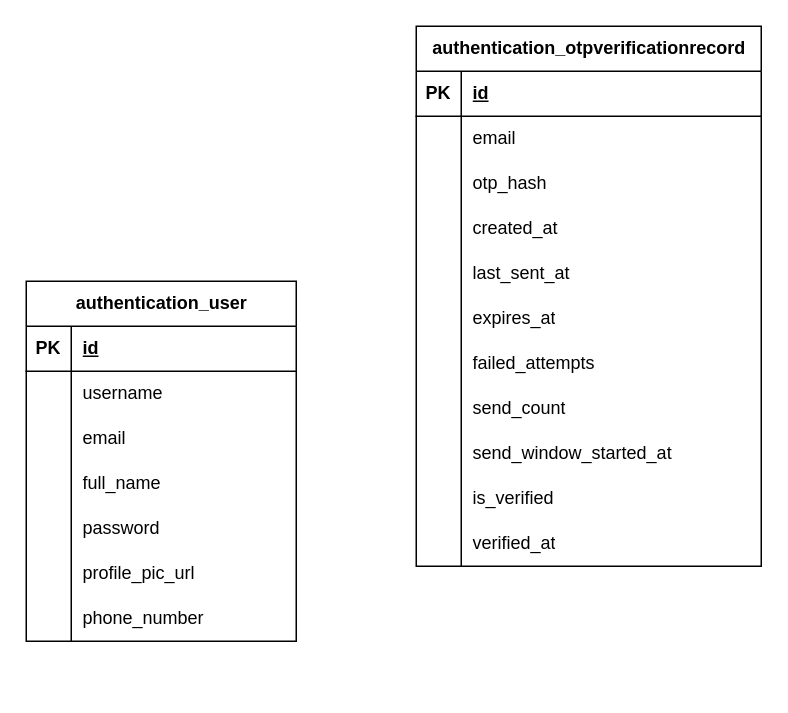
The draw.io diagram page "Authentication" (4 of 5) of diagrams/e-commerce-entity-relationship-diagram.drawio in RHILIUS/E-Commerce-Docs, before the edit. Source tidied: cells renumbered, new cells numbered last; positions are measured from the earlier drawing's top-left corner, leaving out a move shared by most shapes. Both pictures are drawn from the tidied source at 150%, with x=0, y=0 at pixel (26, 26).
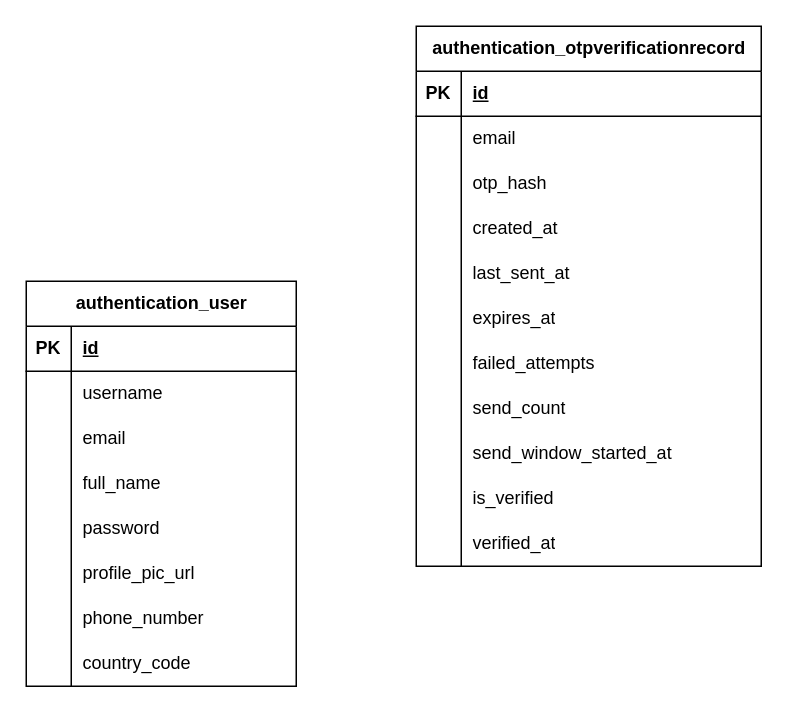
The same page after the edit.

Commit message:
feat(erd): add country_code on user's table

Change to the diagram source:
```diff
@@
     <mxCell id="36" value="&lt;font style=&quot;color: rgb(0, 0, 0);&quot;&gt;authentication_user&lt;/font&gt;" style="shape=table;startSize=30;childLayout=tableLayout;rowLines=0;fontStyle=1;align=center;html=1;" parent="1" vertex="1">
-      <mxGeometry y="170" width="180" height="240" as="geometry" />
+      <mxGeometry y="170" width="180" height="270" as="geometry" />
     </mxCell>
@@
+    <mxCell id="58" style="shape=tableRow;horizontal=0;startSize=0;swimlaneHead=0;swimlaneBody=0;fillColor=none;top=0;left=0;right=0;bottom=0;" parent="36" vertex="1">
+      <mxGeometry y="240" width="180" height="30" as="geometry" />
+    </mxCell>
+    <mxCell id="59" style="shape=partialRectangle;fillColor=none;top=0;left=0;bottom=0;right=0;overflow=hidden;whiteSpace=wrap;html=1;" parent="58" vertex="1">
+      <mxGeometry width="30" height="30" as="geometry" />
+    </mxCell>
+    <mxCell id="60" value="country_code" style="shape=partialRectangle;fillColor=none;top=0;left=0;bottom=0;right=0;align=left;spacingLeft=6;overflow=hidden;whiteSpace=wrap;html=1;" parent="58" vertex="1">
+      <mxGeometry x="30" width="150" height="30" as="geometry" />
+    </mxCell>
```
